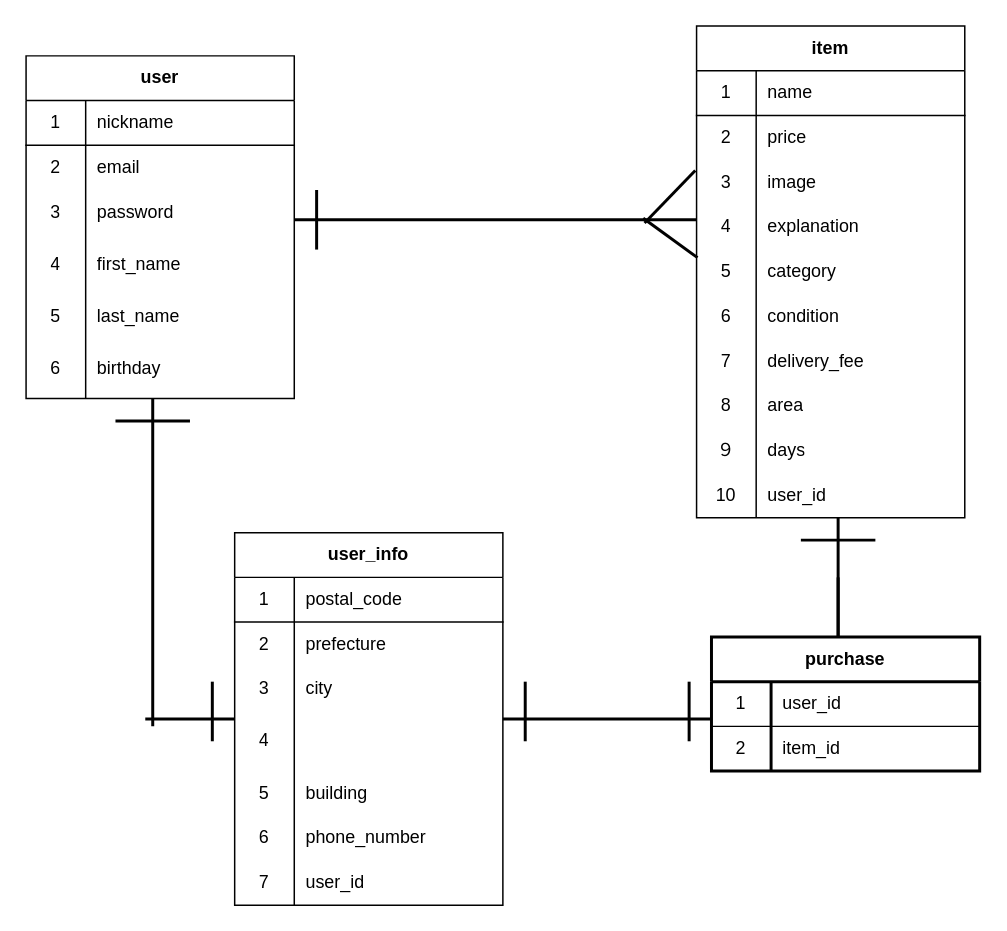
The draw.io diagram database.dio in AkitoHamamoto/furima-32086, before the edit. Source tidied: cells renumbered, new cells numbered last; positions are measured from the earlier drawing's top-left corner, leaving out a move shared by most shapes. Both pictures are drawn from the tidied source at 149%, with x=0, y=0 at pixel (25, 25).
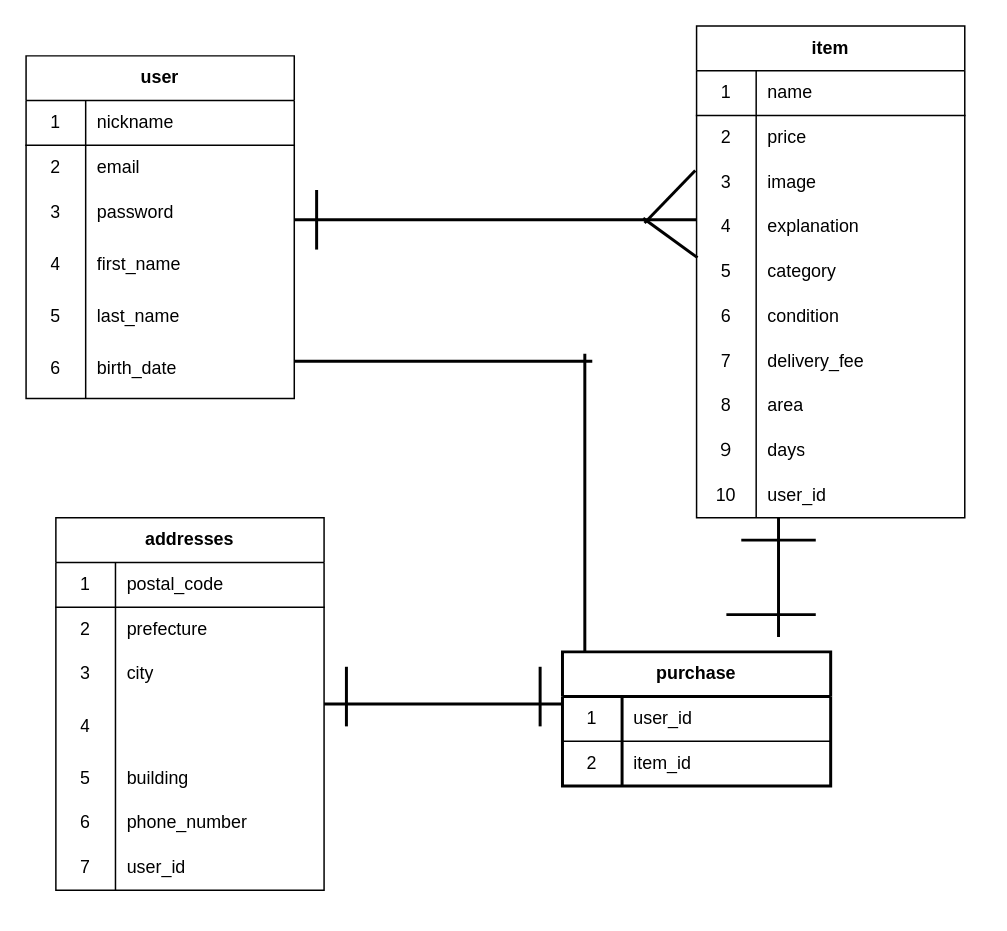
The same page after the edit.

Unchanged cells that the change refers to:
```xml
<mxCell id="49" style="shape=partialRectangle;html=1;whiteSpace=wrap;fillColor=none;top=0;left=0;bottom=0;right=0;" parent="33" vertex="1">
  <mxGeometry y="190" width="180" height="40" as="geometry" />
</mxCell>
```

Change to the diagram source:
```diff
@@
-    <mxCell id="51" value="birthday" style="shape=partialRectangle;html=1;whiteSpace=wrap;fillColor=none;top=0;left=0;bottom=0;right=0;align=left;spacingLeft=6;overflow=hidden;" parent="49" vertex="1">
+    <mxCell id="51" value="birth_date" style="shape=partialRectangle;html=1;whiteSpace=wrap;fillColor=none;top=0;left=0;bottom=0;right=0;align=left;spacingLeft=6;overflow=hidden;" parent="49" vertex="1">
       <mxGeometry x="40" width="140" height="40" as="geometry" />
     </mxCell>
@@
-    <mxCell id="53" style="line;strokeWidth=2;direction=south;html=1;perimeter=backbonePerimeter;fillColor=none;" parent="1" vertex="1">
-      <mxGeometry x="80" y="250" width="10" height="220" as="geometry" />
-    </mxCell>
     <mxCell id="54" style="line;strokeWidth=2;direction=south;html=1;perimeter=backbonePerimeter;fillColor=none;" parent="1" vertex="1">
-      <mxGeometry x="540" y="330" width="10" height="80" as="geometry" />
+      <mxGeometry x="500" y="330" width="10" height="80" as="geometry" />
     </mxCell>
@@
-    <mxCell id="56" style="line;strokeWidth=2;html=1;" parent="1" vertex="1">
-      <mxGeometry x="60" y="260" width="50" height="10" as="geometry" />
-    </mxCell>
@@
     <mxCell id="59" style="line;strokeWidth=2;html=1;" parent="1" vertex="1">
-      <mxGeometry x="520" y="340" width="50" height="10" as="geometry" />
+      <mxGeometry x="480" y="340" width="50" height="10" as="geometry" />
     </mxCell>
+    <mxCell id="90" style="line;strokeWidth=2;html=1;" parent="1" vertex="1">
+      <mxGeometry x="200" y="450" width="160" height="10" as="geometry" />
+    </mxCell>
+    <mxCell id="92" style="line;strokeWidth=2;direction=south;html=1;" parent="1" vertex="1">
+      <mxGeometry x="210" y="430" width="10" height="40" as="geometry" />
+    </mxCell>
+    <mxCell id="94" style="line;strokeWidth=2;direction=south;html=1;" parent="1" vertex="1">
+      <mxGeometry x="340" y="430" width="10" height="40" as="geometry" />
+    </mxCell>
-    <mxCell id="60" value="user_info" style="shape=table;html=1;whiteSpace=wrap;startSize=30;childLayout=tableLayout;rowLines=0;fontStyle=1;align=center;" parent="1" vertex="1">
-      <mxGeometry x="140" y="340" width="180" height="250" as="geometry" />
+    <mxCell id="60" value="addresses" style="shape=table;html=1;whiteSpace=wrap;startSize=30;childLayout=tableLayout;rowLines=0;fontStyle=1;align=center;" parent="1" vertex="1">
+      <mxGeometry x="20" y="330" width="180" height="250" as="geometry" />
     </mxCell>
@@
-    <mxCell id="82" style="line;strokeWidth=2;html=1;" parent="1" vertex="1">
-      <mxGeometry x="80" y="460" width="60" height="10" as="geometry" />
-    </mxCell>
     <mxCell id="83" value="purchase" style="shape=table;html=1;whiteSpace=wrap;startSize=30;childLayout=tableLayout;rowLines=0;fontStyle=1;align=center;strokeWidth=2;" parent="1" vertex="1">
-      <mxGeometry x="460" y="410" width="180" height="90" as="geometry" />
+      <mxGeometry x="360" y="420" width="180" height="90" as="geometry" />
     </mxCell>
@@
-    <mxCell id="90" style="line;strokeWidth=2;html=1;" parent="1" vertex="1">
-      <mxGeometry x="320" y="460" width="140" height="10" as="geometry" />
-    </mxCell>
-    <mxCell id="91" style="line;strokeWidth=2;direction=south;html=1;" parent="1" vertex="1">
-      <mxGeometry x="120" y="440" width="10" height="40" as="geometry" />
-    </mxCell>
-    <mxCell id="92" style="line;strokeWidth=2;direction=south;html=1;" parent="1" vertex="1">
-      <mxGeometry x="330" y="440" width="10" height="40" as="geometry" />
-    </mxCell>
-    <mxCell id="93" style="line;strokeWidth=2;html=1;direction=south;" parent="1" vertex="1">
-      <mxGeometry x="540" y="370" width="10" height="40" as="geometry" />
-    </mxCell>
-    <mxCell id="94" style="line;strokeWidth=2;direction=south;html=1;" parent="1" vertex="1">
-      <mxGeometry x="440" y="440" width="10" height="40" as="geometry" />
-    </mxCell>
+    <mxCell id="95" style="line;strokeWidth=2;html=1;" parent="1" vertex="1">
+      <mxGeometry x="180" y="220" width="200" height="10" as="geometry" />
+    </mxCell>
+    <mxCell id="96" style="line;strokeWidth=2;direction=south;html=1;" parent="1" vertex="1">
+      <mxGeometry x="310" y="220" width="130" height="200" as="geometry" />
+    </mxCell>
+    <mxCell id="97" style="line;strokeWidth=2;html=1;" parent="1" vertex="1">
+      <mxGeometry x="470" y="390" width="60" height="10" as="geometry" />
+    </mxCell>
```
